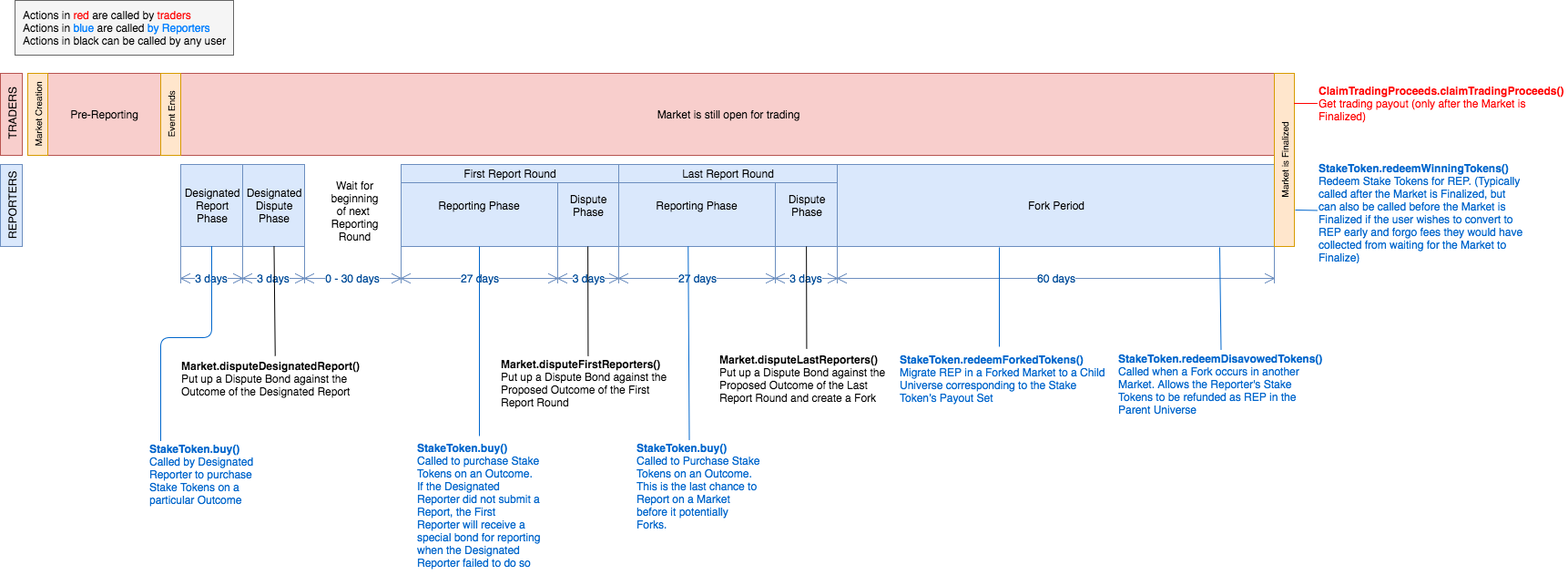
This is source/images/fork_timeline.png from elopio/docs, a draw.io export, as it was before one commit. Source tidied: cells renumbered, new cells last; positions are measured from the earlier drawing's top-left corner, leaving out a move shared by most shapes.
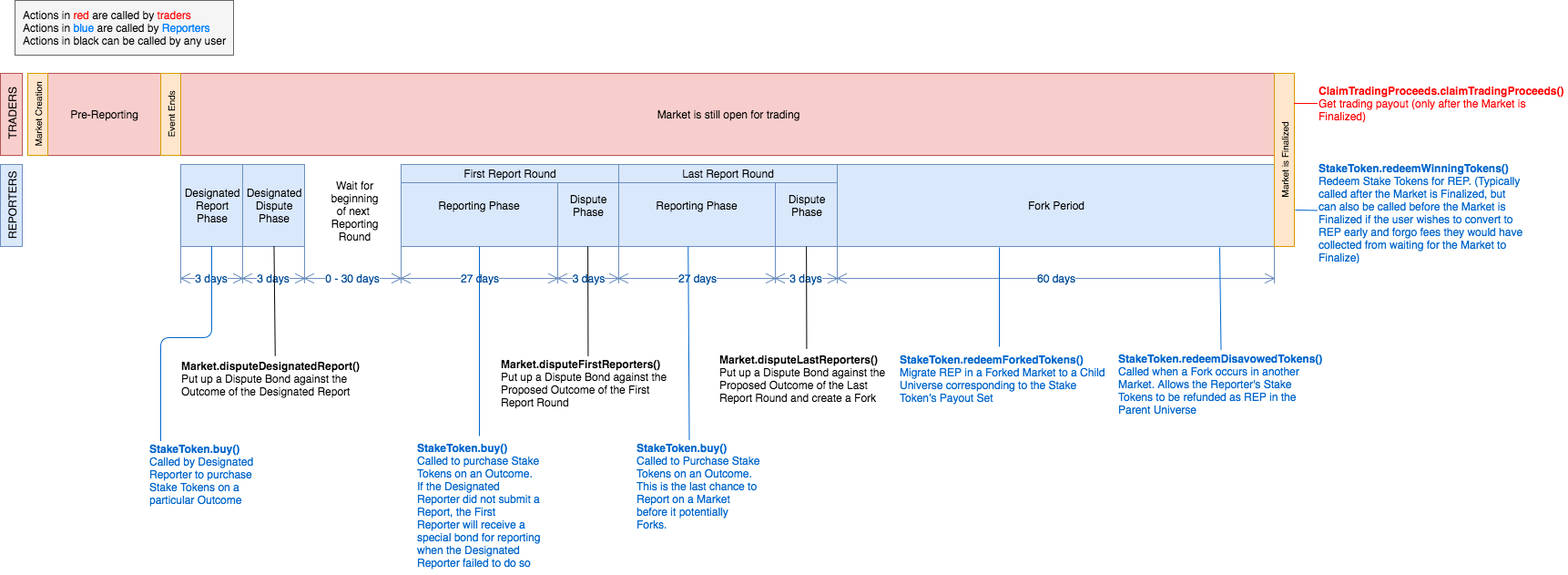
Later version of the same file.

Commit message:
Updating fork_timeline images

What changed in the source:
```diff
@@ -92,7 +92,7 @@
     <mxCell id="31" value="&lt;div&gt;&lt;font color=&quot;#0066cc&quot;&gt;&lt;b&gt;StakeToken.redeemDisavowedTokens()&lt;/b&gt;&lt;/font&gt;&lt;/div&gt;&lt;div&gt;&lt;span&gt;&lt;font color=&quot;#0066cc&quot;&gt;Called when a Fork occurs in another Market. Allows the Reporter's Stake Tokens to be refunded as REP in the Parent Universe&lt;/font&gt;&lt;/span&gt;&lt;br&gt;&lt;/div&gt;" style="text;html=1;strokeColor=none;fillColor=none;align=left;verticalAlign=middle;whiteSpace=wrap;overflow=hidden;rounded=0;shadow=0;glass=0;labelBackgroundColor=none;fontSize=12;fontColor=#000000;" parent="1" vertex="1">
       <mxGeometry x="1259" y="383" width="230" height="75" as="geometry" />
     </mxCell>
-    <mxCell id="32" value="&lt;div&gt;&lt;div&gt;&lt;div style=&quot;text-align: left&quot;&gt;Actions in &lt;font color=&quot;#ff0000&quot;&gt;red&lt;/font&gt; are called by &lt;font color=&quot;#ff0000&quot;&gt;traders&lt;/font&gt;&lt;/div&gt;&lt;/div&gt;&lt;div style=&quot;text-align: left&quot;&gt;&lt;span&gt;Actions in&amp;nbsp;&lt;/span&gt;&lt;font color=&quot;#007fff&quot;&gt;blue&amp;nbsp;&lt;/font&gt;&lt;span&gt;are called&amp;nbsp;&lt;/span&gt;&lt;font color=&quot;#007fff&quot;&gt;by Reporters&lt;/font&gt;&lt;br&gt;&lt;/div&gt;&lt;/div&gt;&lt;div style=&quot;text-align: left&quot;&gt;&lt;font&gt;Actions in black can be called by any user&lt;/font&gt;&lt;/div&gt;" style="text;html=1;strokeColor=#666666;fillColor=#f5f5f5;align=center;verticalAlign=middle;whiteSpace=wrap;overflow=hidden;rounded=0;shadow=0;glass=0;labelBackgroundColor=none;fontSize=12;fontColor=#000000;comic=0;" parent="1" vertex="1">
+    <mxCell id="32" value="&lt;div&gt;&lt;div&gt;&lt;div style=&quot;text-align: left&quot;&gt;Actions in &lt;font color=&quot;#ff0000&quot;&gt;red&lt;/font&gt; are called by &lt;font color=&quot;#ff0000&quot;&gt;traders&lt;/font&gt;&lt;/div&gt;&lt;/div&gt;&lt;div style=&quot;text-align: left&quot;&gt;Actions in&amp;nbsp;&lt;font color=&quot;#007fff&quot;&gt;blue&amp;nbsp;&lt;/font&gt;are called&amp;nbsp;by &lt;font color=&quot;#007fff&quot;&gt;Reporters&lt;/font&gt;&lt;br&gt;&lt;/div&gt;&lt;/div&gt;&lt;div style=&quot;text-align: left&quot;&gt;&lt;font&gt;Actions in black can be called by any user&lt;/font&gt;&lt;/div&gt;" style="text;html=1;strokeColor=#666666;fillColor=#f5f5f5;align=center;verticalAlign=middle;whiteSpace=wrap;overflow=hidden;rounded=0;shadow=0;glass=0;labelBackgroundColor=none;fontSize=12;fontColor=#000000;comic=0;" parent="1" vertex="1">
       <mxGeometry x="49" width="240" height="60" as="geometry" />
     </mxCell>
     <mxCell id="33" value="&lt;b&gt;Market.disputeLastReporters()&lt;/b&gt;&lt;div&gt;Put up a Dispute Bond against the Proposed Outcome of the Last Report Round and create a Fork&lt;/div&gt;" style="text;html=1;strokeColor=none;fillColor=none;align=left;verticalAlign=middle;whiteSpace=wrap;overflow=hidden;rounded=0;shadow=0;glass=0;labelBackgroundColor=none;fontSize=12;fontColor=#000000;" parent="1" vertex="1">
```
